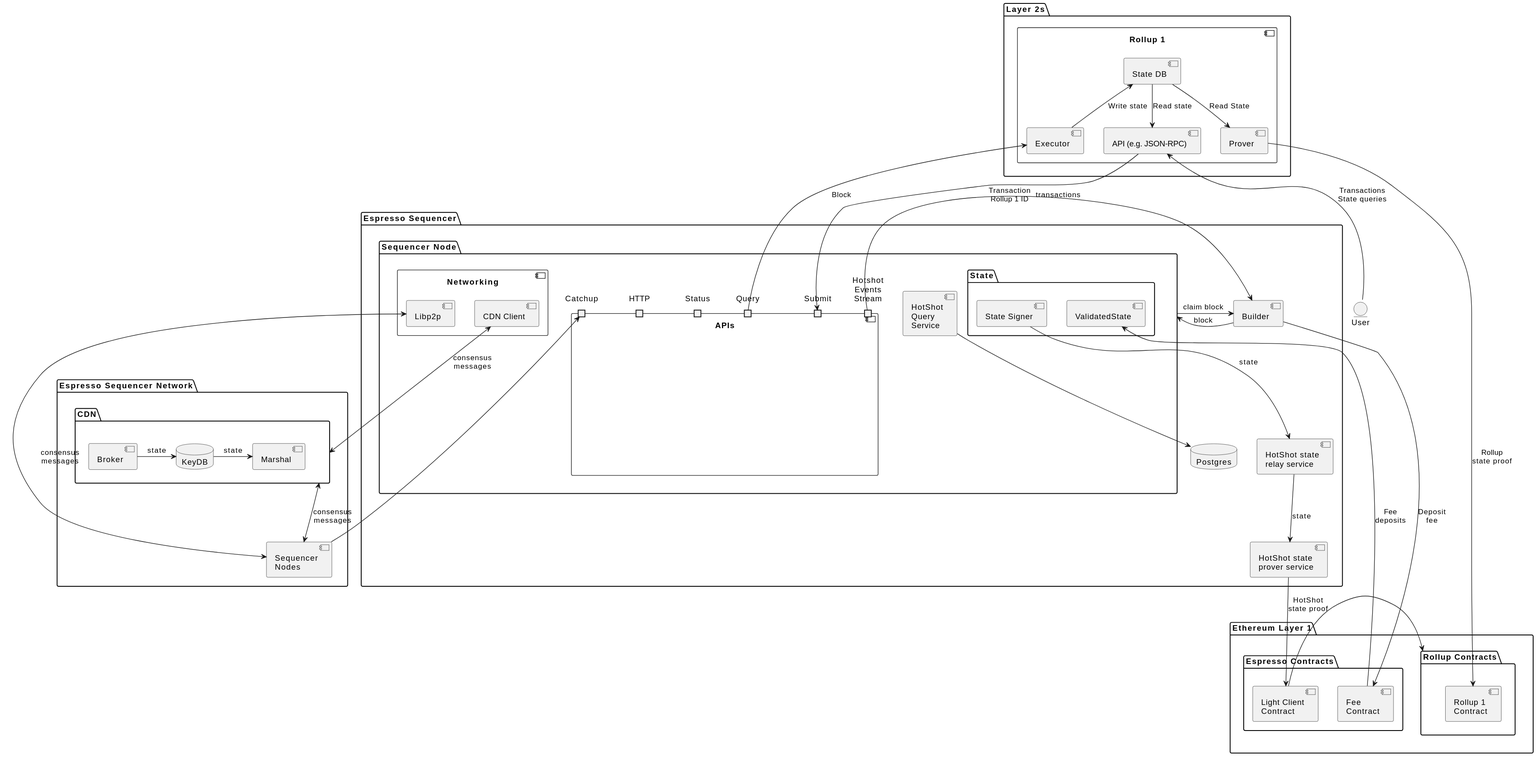
Above: doc/architecture.svg in EspressoSystems/espresso-sequencer (PlantUML), before the change.
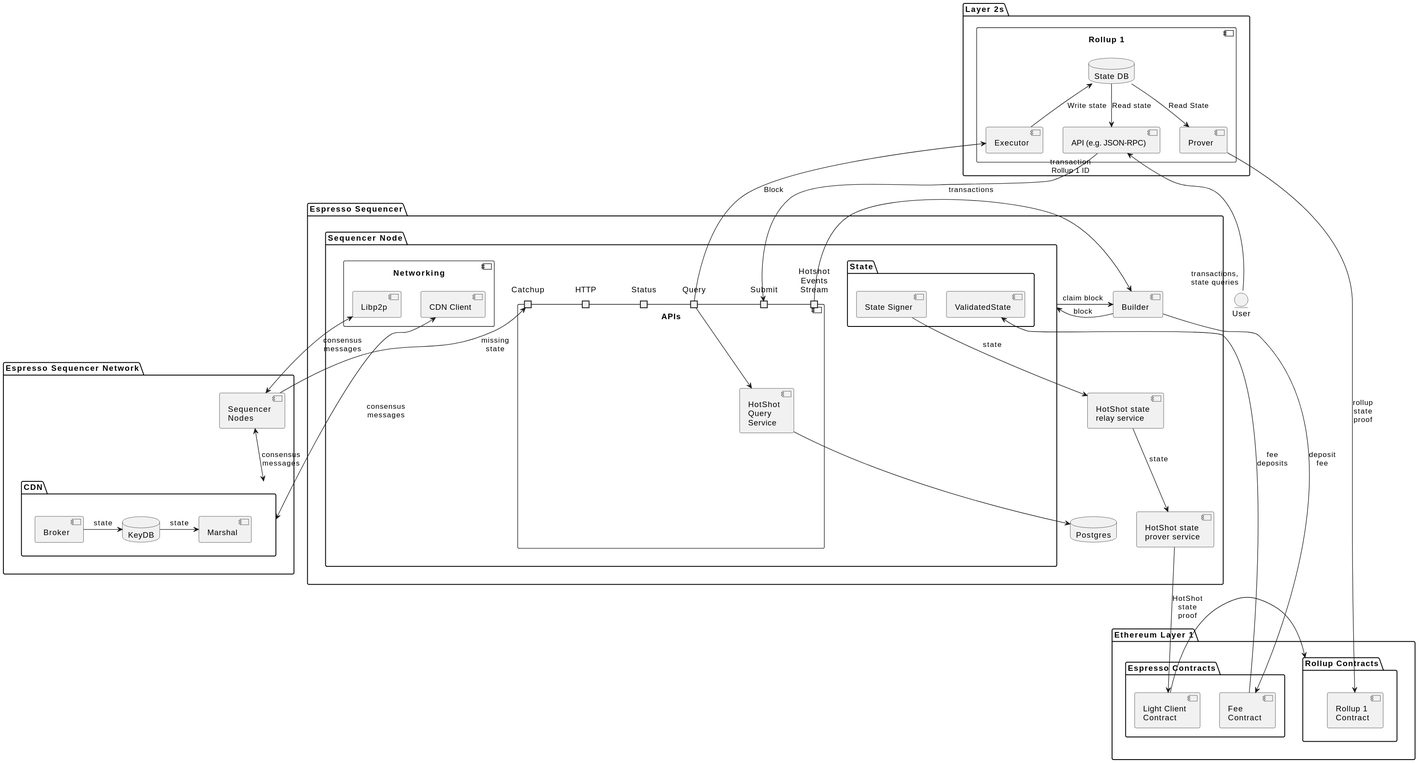
After the change.

The edit, as a diff of the source:
```diff
@@ -10,20 +10,19 @@
 
 Broker -> KeyDB: state
 KeyDB -> Marshal: state
-Nodes <-up-> CDN: consensus\nmessages
+Nodes <--> CDN: consensus\nmessages
 
 package "Espresso Sequencer" as Espresso {
     database "Postgres" as DB
     package "Sequencer Node" as Seq {
-        component "HotShot\nQuery\nService" as QS {
-        }
         component "APIs" {
-            portin Catchup
-            portin HTTP
-            portin Status
-            portin Submit
-            portin Query
-            portin "Hotshot\nEvents\nStream" as Events
+            port Catchup
+            port HTTP
+            port Status
+            port Submit
+            port Query
+            port "Hotshot\nEvents\nStream" as Events
+            component "HotShot\nQuery\nService" as QS
         }
         component "Networking"{
             component Libp2p
@@ -38,9 +37,10 @@
     component "HotShot state\nprover service" as HSProver
     component "HotShot state\nrelay service" as Relay
     component "Builder" as Builder
+    Query --> QS
 }
 
-Nodes -up-> Catchup
+Nodes -up-> Catchup: missing\nstate
 Nodes <-up-> Libp2p: consensus\nmessages
 "CDN Client" <--> CDN: consensus\nmessages
 
@@ -59,7 +59,7 @@
         component "API (e.g. JSON-RPC)" as L2_1_RPC
         component Executor as L2_1_Exec
         component Prover as L2_1_Prover
-        component "State DB" as L2_1_State
+        database "State DB" as L2_1_State
     }
 }
 package "Ethereum Layer 1" as L1 {
@@ -73,15 +73,15 @@
 }
 
 entity User
-User -Up-> L2_1_RPC : Transactions\nState queries
+User -Up-> L2_1_RPC : "transactions,\nstate queries" " "
 
-L2_1_RPC -down-> Submit : Transaction\nRollup 1 ID
+L2_1_RPC --> Submit : "transaction\nRollup 1 ID" " "
 
 Query -up-> L2_1_Exec : Block
 
-HSProver -down-> LC_L1 : HotShot\nstate proof
+HSProver -down-> LC_L1 : HotShot\nstate\nproof
 
-L2_1_Prover -> L2_1_L1 : Rollup\nstate proof
+L2_1_Prover -> L2_1_L1 : rollup\nstate\nproof
 
 LC_L1 -> L2_L1
 
@@ -90,6 +90,6 @@
 L2_1_Prover <-up- L2_1_State : Read State
 
 
-Builder --> Fee_L1: Deposit\nfee
-Fee_L1 -up-> Validated: Fee\ndeposits
+Builder --> Fee_L1: deposit\nfee
+Fee_L1 -up-> Validated: fee\ndeposits
 @enduml
```
